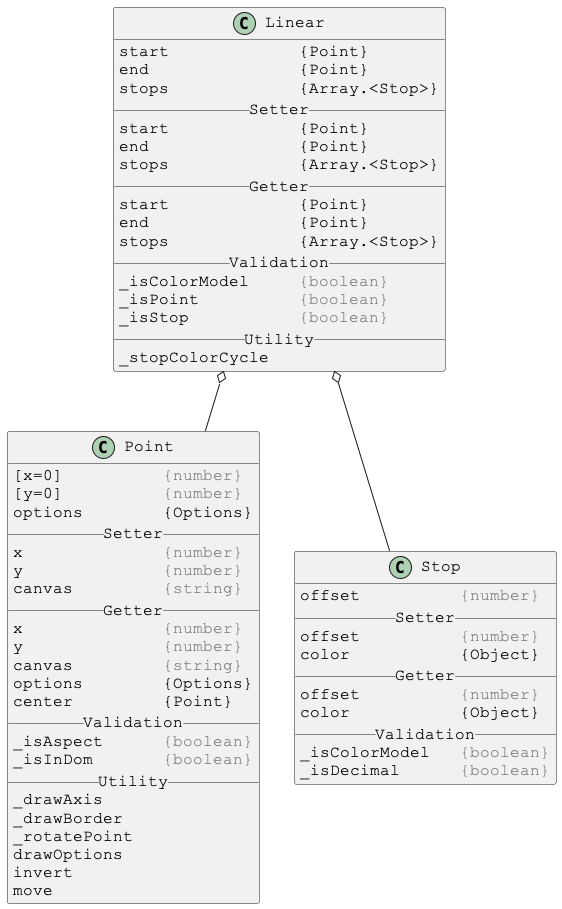
Earlier version of the PlantUML export docs/PlantUml/image/linked/Linear-linked.png (Justin-Byrne/canvasLab).
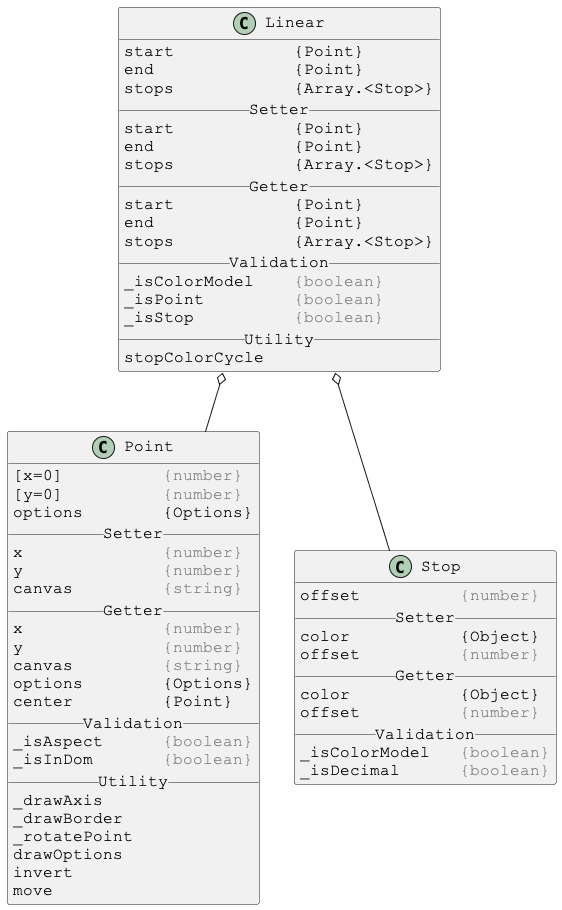
After the commit.

Diff of the diagram source:
```diff
@@ -4,23 +4,23 @@
 skinparam DefaultFontName Courier New
 
 class Linear {
-start             {Point}
-end               {Point}
-stops             {Array.<Stop>}
+start            {Point}
+end              {Point}
+stops            {Array.<Stop>}
 __ Setter __
-start             {Point}
-end               {Point}
-stops             {Array.<Stop>}
+start            {Point}
+end              {Point}
+stops            {Array.<Stop>}
 __ Getter __
-start             {Point}
-end               {Point}
-stops             {Array.<Stop>}
+start            {Point}
+end              {Point}
+stops            {Array.<Stop>}
 __ Validation __
-_isColorModel     <color:gray>{boolean}</color>
-_isPoint          <color:gray>{boolean}</color>
-_isStop           <color:gray>{boolean}</color>
+_isColorModel    <color:gray>{boolean}</color>
+_isPoint         <color:gray>{boolean}</color>
+_isStop          <color:gray>{boolean}</color>
 __ Utility __
-_stopColorCycle
+stopColorCycle
 }
 
 Linear o-- Point
@@ -65,11 +65,11 @@
 class Stop {
 offset          <color:gray>{number}</color>
 __ Setter __
+color           {Object}
 offset          <color:gray>{number}</color>
+__ Getter __
 color           {Object}
-__ Getter __
 offset          <color:gray>{number}</color>
-color           {Object}
 __ Validation __
 _isColorModel   <color:gray>{boolean}</color>
 _isDecimal      <color:gray>{boolean}</color>
```
